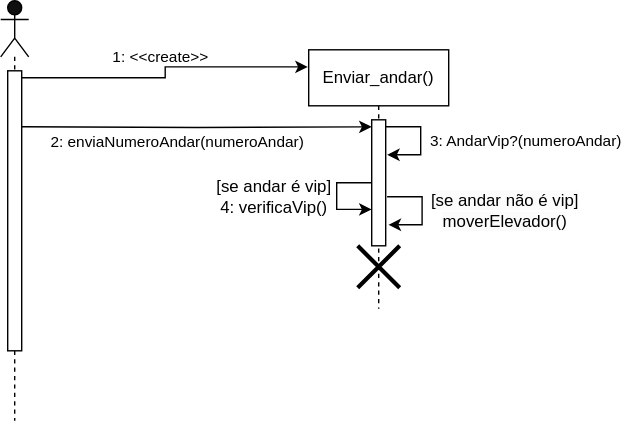
Before: Diagrama-Sequencia/Enviar_andar.svg, a diagram exported from draw.io (wholocked1/Projeto-2-modelagem). Source tidied: cells renumbered, new cells last; positions are measured from the earlier drawing's top-left corner, leaving out a move shared by most shapes.
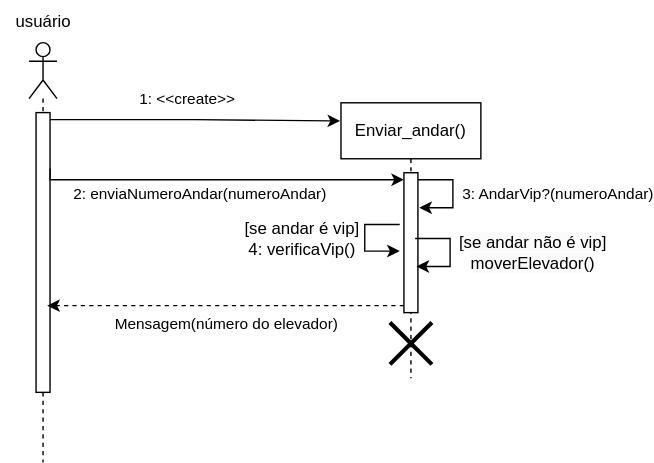
Above is the later version.

What changed in the source:
```diff
@@ -1,21 +1,21 @@
-<mxGraphModel>
+<mxGraphModel background="#FFFFFF">
   <root>
     <mxCell id="0" />
     <mxCell id="1" parent="0" />
-    <mxCell id="2" style="shape=umlLifeline;perimeter=lifelinePerimeter;whiteSpace=wrap;html=1;newEdgeStyle={&quot;curved&quot;:0,&quot;rounded&quot;:0};participant=umlActor;fillColor=#0F0F0F;" parent="1" vertex="1">
+    <mxCell id="2" style="shape=umlLifeline;perimeter=lifelinePerimeter;whiteSpace=wrap;html=1;newEdgeStyle={&quot;curved&quot;:0,&quot;rounded&quot;:0};participant=umlActor;fillColor=none;" parent="1" vertex="1">
       <mxGeometry width="20" height="300" as="geometry" />
     </mxCell>
     <mxCell id="3" style="html=1;points=[[0,0,0,0,5],[0,1,0,0,-5],[1,0,0,0,5],[1,1,0,0,-5]];perimeter=orthogonalPerimeter;outlineConnect=0;targetShapes=umlLifeline;portConstraint=eastwest;newEdgeStyle={&quot;curved&quot;:0,&quot;rounded&quot;:0};" parent="2" vertex="1">
       <mxGeometry x="5" y="50" width="10" height="200" as="geometry" />
     </mxCell>
     <mxCell id="4" value="Enviar_andar()" style="shape=umlLifeline;perimeter=lifelinePerimeter;whiteSpace=wrap;html=1;outlineConnect=0;portConstraint=eastwest;newEdgeStyle={&quot;curved&quot;:0,&quot;rounded&quot;:0};" parent="1" vertex="1">
-      <mxGeometry x="220" y="35" width="100" height="185" as="geometry" />
+      <mxGeometry x="223" y="43" width="100" height="197" as="geometry" />
     </mxCell>
     <mxCell id="5" style="shape=umlDestroy;whiteSpace=wrap;html=1;strokeWidth=3;targetShapes=umlLifeline;" parent="4" vertex="1">
-      <mxGeometry x="35" y="140" width="30" height="30" as="geometry" />
+      <mxGeometry x="35" y="157" width="30" height="30" as="geometry" />
     </mxCell>
     <mxCell id="6" style="html=1;points=[[0,0,0,0,5],[0,1,0,0,-5],[1,0,0,0,5],[1,1,0,0,-5]];perimeter=orthogonalPerimeter;outlineConnect=0;targetShapes=umlLifeline;portConstraint=eastwest;newEdgeStyle={&quot;curved&quot;:0,&quot;rounded&quot;:0};" parent="4" vertex="1">
-      <mxGeometry x="45" y="50" width="10" height="90" as="geometry" />
+      <mxGeometry x="45" y="50" width="10" height="100" as="geometry" />
     </mxCell>
     <mxCell id="7" style="edgeStyle=orthogonalEdgeStyle;rounded=0;jettySize=auto;html=1;curved=0;exitX=1;exitY=0;exitDx=0;exitDy=5;exitPerimeter=0;" parent="4" edge="1" source="6">
       <mxGeometry relative="1" as="geometry">
@@ -42,6 +42,9 @@
     <mxCell id="11" style="edgeStyle=orthogonalEdgeStyle;rounded=0;jettySize=auto;html=1;curved=0;entryX=0;entryY=0;entryDx=0;entryDy=5;entryPerimeter=0;" parent="1" edge="1" target="6">
       <mxGeometry relative="1" as="geometry">
         <mxPoint x="15" y="90" as="sourcePoint" />
+        <Array as="points">
+          <mxPoint x="15" y="98" />
+        </Array>
       </mxGeometry>
     </mxCell>
     <mxCell id="12" value="2: enviaNumeroAndar(numeroAndar)" style="edgeLabel;html=1;align=center;verticalAlign=middle;" parent="11" vertex="1">
@@ -78,5 +81,18 @@
         <mxPoint x="60" y="-6" as="offset" />
       </mxGeometry>
     </mxCell>
+    <mxCell id="17" value="usuário" style="text;html=1;align=center;verticalAlign=middle;strokeColor=none;fillColor=none;" parent="1" vertex="1">
+      <mxGeometry x="-20" y="-30" width="60" height="30" as="geometry" />
+    </mxCell>
+    <mxCell id="18" style="edgeStyle=orthogonalEdgeStyle;rounded=0;jettySize=auto;html=1;curved=0;exitX=0;exitY=1;exitDx=0;exitDy=-5;exitPerimeter=0;dashed=1;" parent="1" edge="1" source="6">
+      <mxGeometry relative="1" as="geometry">
+        <mxPoint x="13" y="188" as="targetPoint" />
+      </mxGeometry>
+    </mxCell>
+    <mxCell id="19" value="Mensagem(número do elevador)" style="edgeLabel;html=1;align=center;verticalAlign=middle;" parent="18" vertex="1">
+      <mxGeometry x="0.06" relative="1" as="geometry">
+        <mxPoint x="7" y="12" as="offset" />
+      </mxGeometry>
+    </mxCell>
   </root>
 </mxGraphModel>
```
